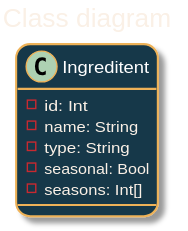
Before: README.svg, a diagram exported from PlantUML (DaGuinci/menuMaker).
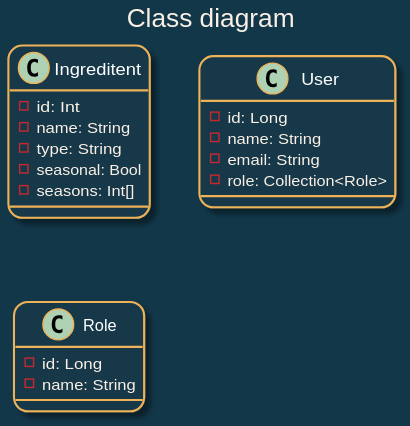
After the commit.

Commit message:
feat: implement user and role management with UserService, UserController, and repositories

The edit, as a diff of the source:
```diff
@@ -22,4 +22,16 @@
   - seasons: Int[]
 }
 
+class User {
+  - id: Long
+  - name: String
+  - email: String
+  - role: Collection<Role>
+}
+
+class Role {
+  - id: Long
+  - name: String
+}
+
 @enduml
```
